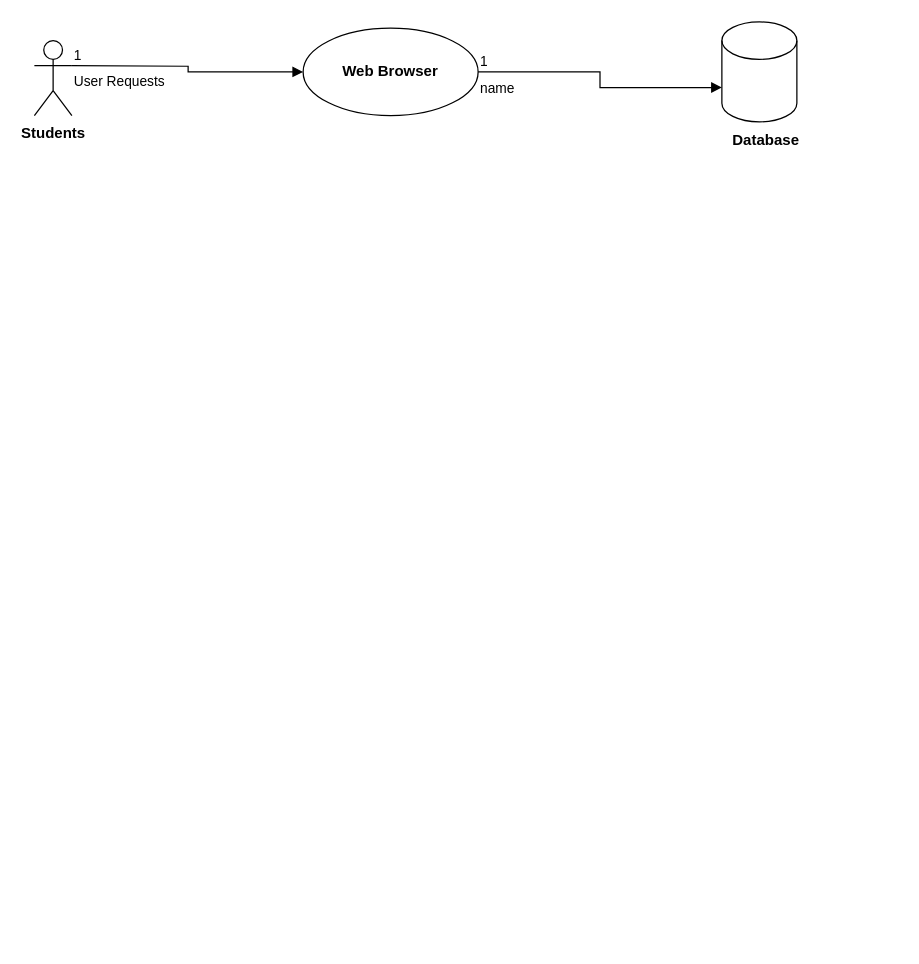
Before: UseCaseDiagram.drawio in LisanzaTabby/AIU-DEVTandems_IS2, a draw.io diagram. Source tidied: cells renumbered, new cells numbered last; positions are measured from the earlier drawing's top-left corner, leaving out a move shared by most shapes. Both pictures are drawn from the tidied source at 125%, with x=0, y=0 at pixel (34, 21).
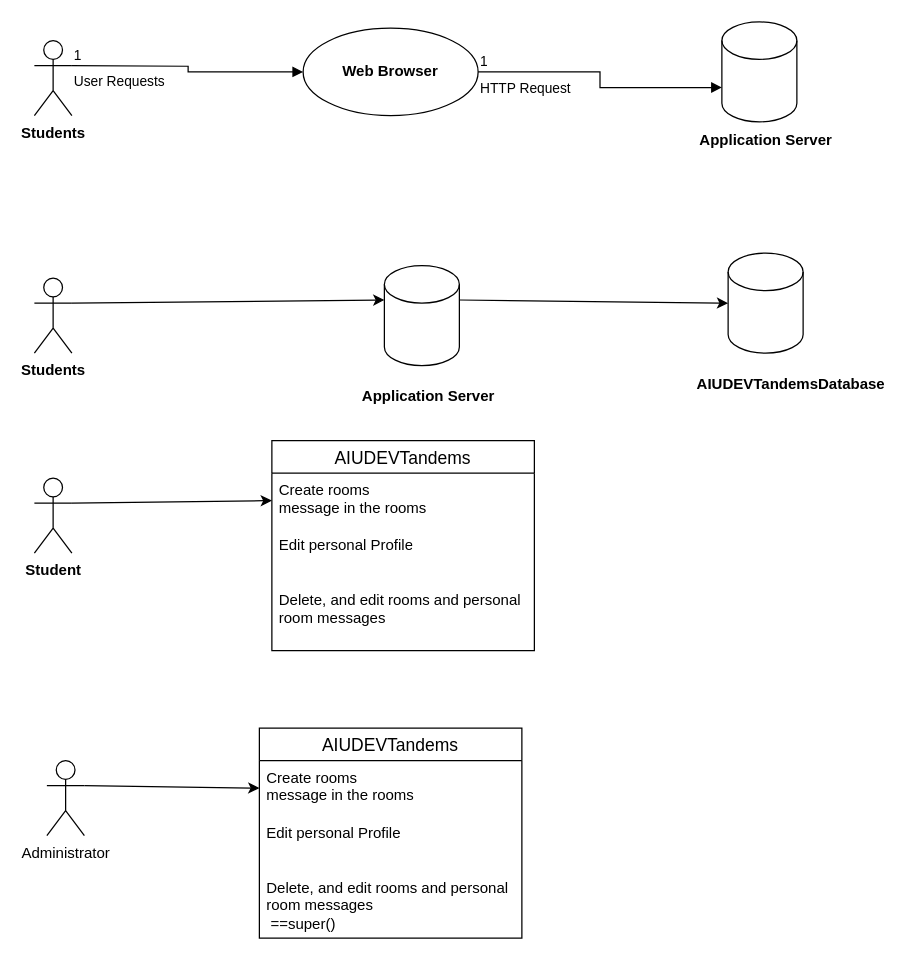
Above is the later version.

Unchanged cells that the change refers to:
```xml
<mxCell id="3" value="&lt;b&gt;Web Browser&lt;/b&gt;" style="ellipse;whiteSpace=wrap;html=1;fillColor=light-dark(#FFFFFF,#330000);" parent="1" vertex="1">
  <mxGeometry x="215" y="5" width="140" height="70" as="geometry" />
</mxCell>
<mxCell id="4" style="shape=cylinder3;whiteSpace=wrap;html=1;boundedLbl=1;backgroundOutline=1;size=15;fillColor=light-dark(#FFFFFF,#FFFFFF);strokeColor=light-dark(#000000,#CC0000);" parent="1" vertex="1">
  <mxGeometry x="550" width="60" height="80" as="geometry" />
</mxCell>
```

Change to the diagram source:
```diff
@@
-    <mxCell id="5" value="&lt;b&gt;Database&lt;/b&gt;" style="text;html=1;align=center;verticalAlign=middle;strokeColor=none;fillColor=none;" parent="1" vertex="1">
-      <mxGeometry x="545" y="80" width="80" height="30" as="geometry" />
+    <mxCell id="5" value="&lt;b&gt;Application Server&lt;/b&gt;" style="text;html=1;align=center;verticalAlign=middle;strokeColor=none;fillColor=none;" parent="1" vertex="1">
+      <mxGeometry x="520" y="80" width="130" height="30" as="geometry" />
     </mxCell>
@@
-    <mxCell id="8" value="name" style="endArrow=block;endFill=1;html=1;edgeStyle=orthogonalEdgeStyle;align=left;verticalAlign=top;rounded=0;exitX=1;exitY=0.5;exitDx=0;exitDy=0;entryX=0;entryY=0;entryDx=0;entryDy=52.5;entryPerimeter=0;" parent="1" edge="1" source="3" target="4">
+    <mxCell id="8" value="HTTP Request" style="endArrow=block;endFill=1;html=1;edgeStyle=orthogonalEdgeStyle;align=left;verticalAlign=top;rounded=0;exitX=1;exitY=0.5;exitDx=0;exitDy=0;entryX=0;entryY=0;entryDx=0;entryDy=52.5;entryPerimeter=0;" parent="1" edge="1" source="3" target="4">
       <mxGeometry x="-1" relative="1" as="geometry" />
     </mxCell>
@@
+    <mxCell id="10" value="&lt;b&gt;Students&lt;/b&gt;" style="shape=umlActor;verticalLabelPosition=bottom;verticalAlign=top;html=1;" parent="1" vertex="1">
+      <mxGeometry y="205" width="30" height="60" as="geometry" />
+    </mxCell>
+    <mxCell id="11" style="shape=cylinder3;whiteSpace=wrap;html=1;boundedLbl=1;backgroundOutline=1;size=15;fillColor=light-dark(#FFFFFF,#CC0000);strokeColor=light-dark(#000000,#000000);" parent="1" vertex="1">
+      <mxGeometry x="555" y="185" width="60" height="80" as="geometry" />
+    </mxCell>
+    <mxCell id="12" style="shape=cylinder3;whiteSpace=wrap;html=1;boundedLbl=1;backgroundOutline=1;size=15;fillColor=light-dark(#FFFFFF,#FFFFFF);strokeColor=light-dark(#000000,#CC0000);" parent="1" vertex="1">
+      <mxGeometry x="280" y="195" width="60" height="80" as="geometry" />
+    </mxCell>
+    <mxCell id="13" value="&lt;b&gt;Application Server&lt;/b&gt;" style="text;html=1;align=center;verticalAlign=middle;strokeColor=none;fillColor=none;" parent="1" vertex="1">
+      <mxGeometry x="250" y="285" width="130" height="30" as="geometry" />
+    </mxCell>
+    <mxCell id="14" value="&lt;b&gt;AIUDEVTandemsDatabase&lt;/b&gt;" style="text;html=1;align=center;verticalAlign=middle;strokeColor=none;fillColor=none;" parent="1" vertex="1">
+      <mxGeometry x="520" y="275" width="170" height="30" as="geometry" />
+    </mxCell>
+    <mxCell id="15" style="endArrow=classic;html=1;rounded=0;exitX=1;exitY=0.3333333333333333;exitDx=0;exitDy=0;exitPerimeter=0;entryX=0;entryY=0;entryDx=0;entryDy=27.5;entryPerimeter=0;" parent="1" edge="1" source="10" target="12">
+      <mxGeometry relative="1" as="geometry" />
+    </mxCell>
+    <mxCell id="16" style="endArrow=classic;html=1;rounded=0;exitX=1;exitY=0;exitDx=0;exitDy=27.5;exitPerimeter=0;entryX=0;entryY=0.5;entryDx=0;entryDy=0;entryPerimeter=0;" parent="1" edge="1" source="12" target="11">
+      <mxGeometry relative="1" as="geometry" />
+    </mxCell>
+    <mxCell id="17" value="&lt;b&gt;Student&lt;/b&gt;" style="shape=umlActor;verticalLabelPosition=bottom;verticalAlign=top;html=1;" parent="1" vertex="1">
+      <mxGeometry y="365" width="30" height="60" as="geometry" />
+    </mxCell>
+    <mxCell id="18" value="AIUDEVTandems" style="swimlane;fontStyle=0;horizontal=1;startSize=26;align=center;fontSize=14;fillColor=light-dark(#FFFFFF,#990000);" parent="1" vertex="1">
+      <mxGeometry x="190" y="335" width="210" height="168" as="geometry" />
+    </mxCell>
+    <mxCell id="19" value="Create rooms&lt;div&gt;message in the rooms&lt;/div&gt;" style="text;strokeColor=none;fillColor=none;spacingLeft=4;spacingRight=4;overflow=hidden;points=[[0,0.5],[1,0.5]];portConstraint=eastwest;fontSize=12;whiteSpace=wrap;html=1;" parent="18" vertex="1">
+      <mxGeometry y="26" width="210" height="44" as="geometry" />
+    </mxCell>
+    <mxCell id="20" value="Edit personal Profile" style="text;strokeColor=none;fillColor=none;spacingLeft=4;spacingRight=4;overflow=hidden;fontSize=12;whiteSpace=wrap;html=1;" parent="18" vertex="1">
+      <mxGeometry y="70" width="210" height="44" as="geometry" />
+    </mxCell>
+    <mxCell id="21" value="Delete, and edit rooms and personal room messages" style="text;strokeColor=none;fillColor=none;spacingLeft=4;spacingRight=4;overflow=hidden;fontSize=12;whiteSpace=wrap;html=1;" parent="18" vertex="1">
+      <mxGeometry y="114" width="210" height="54" as="geometry" />
+    </mxCell>
+    <mxCell id="22" style="endArrow=classic;html=1;rounded=0;exitX=1;exitY=0.3333333333333333;exitDx=0;exitDy=0;exitPerimeter=0;entryX=0;entryY=0.5;entryDx=0;entryDy=0;" parent="1" edge="1" source="17" target="19">
+      <mxGeometry relative="1" as="geometry" />
+    </mxCell>
+    <mxCell id="23" style="group;" parent="1" vertex="1">
+      <mxGeometry x="10" y="565" width="380" height="168" as="geometry" />
+    </mxCell>
+    <mxCell id="24" value="Administrator" style="shape=umlActor;verticalLabelPosition=bottom;verticalAlign=top;html=1;outlineConnect=0;" parent="23" vertex="1">
+      <mxGeometry y="26" width="30" height="60" as="geometry" />
+    </mxCell>
+    <mxCell id="25" value="AIUDEVTandems" style="swimlane;fontStyle=0;horizontal=1;startSize=26;align=center;fontSize=14;fillColor=light-dark(#FFFFFF,#990000);" parent="23" vertex="1">
+      <mxGeometry x="170" width="210" height="168" as="geometry" />
+    </mxCell>
+    <mxCell id="26" value="Create rooms&lt;div&gt;message in the rooms&lt;/div&gt;&lt;div&gt;&lt;br&gt;&lt;/div&gt;" style="text;strokeColor=none;fillColor=none;spacingLeft=4;spacingRight=4;overflow=hidden;points=[[0,0.5],[1,0.5]];portConstraint=eastwest;fontSize=12;whiteSpace=wrap;html=1;" parent="25" vertex="1">
+      <mxGeometry y="26" width="210" height="44" as="geometry" />
+    </mxCell>
+    <mxCell id="27" value="Edit personal Profile" style="text;strokeColor=none;fillColor=none;spacingLeft=4;spacingRight=4;overflow=hidden;fontSize=12;whiteSpace=wrap;html=1;" parent="25" vertex="1">
+      <mxGeometry y="70" width="210" height="44" as="geometry" />
+    </mxCell>
+    <mxCell id="28" value="Delete, and edit rooms and personal room messages&lt;div&gt;&amp;nbsp;==super()&lt;/div&gt;" style="text;strokeColor=none;fillColor=none;spacingLeft=4;spacingRight=4;overflow=hidden;fontSize=12;whiteSpace=wrap;html=1;" parent="25" vertex="1">
+      <mxGeometry y="114" width="210" height="54" as="geometry" />
+    </mxCell>
+    <mxCell id="29" style="endArrow=classic;html=1;rounded=0;exitX=1;exitY=0.3333333333333333;exitDx=0;exitDy=0;exitPerimeter=0;entryX=0;entryY=0.5;entryDx=0;entryDy=0;" parent="23" edge="1" source="24" target="26">
+      <mxGeometry relative="1" as="geometry" />
+    </mxCell>
```
